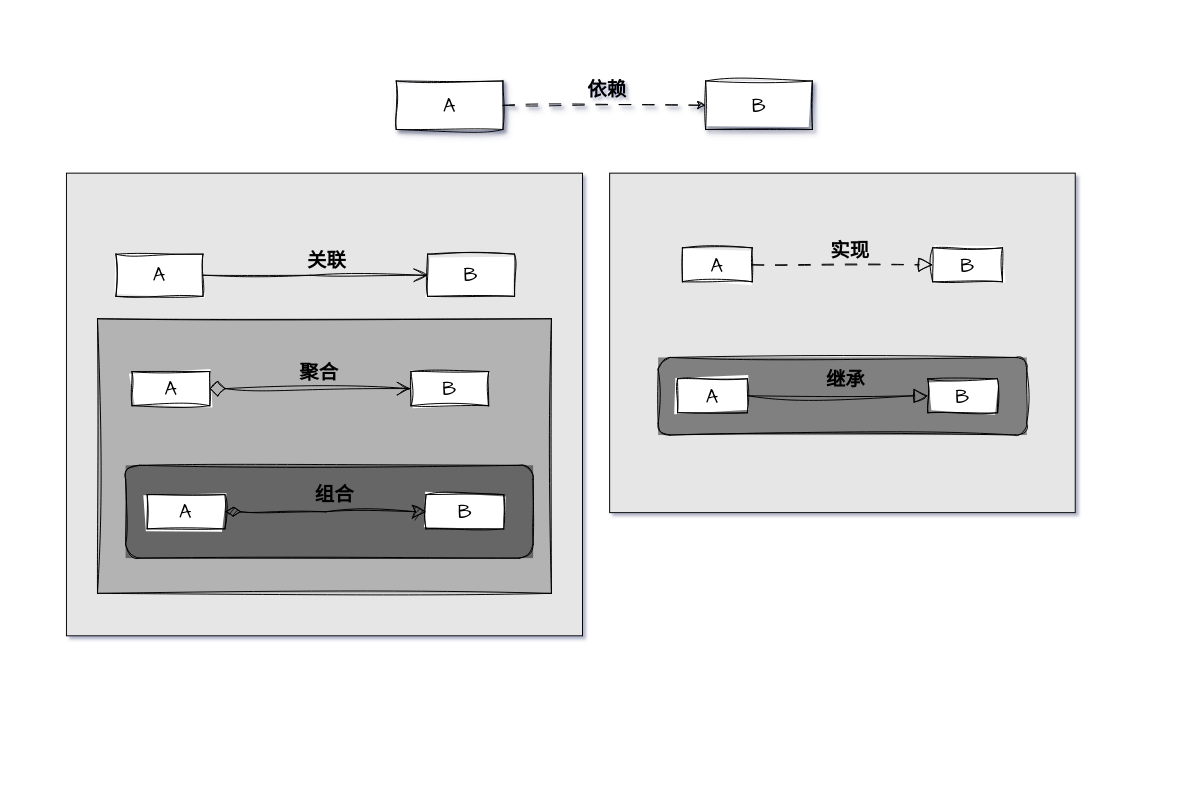
The draw.io diagram 设计模式/面向对象-对象和类之间的关系.drawio in KyrieWang0410/drawio, before the edit. Source tidied: cells renumbered, new cells numbered last; positions are measured from the earlier drawing's top-left corner, leaving out a move shared by most shapes. Both pictures are drawn from the tidied source at 97%, with x=0, y=0 at pixel (66, 77).
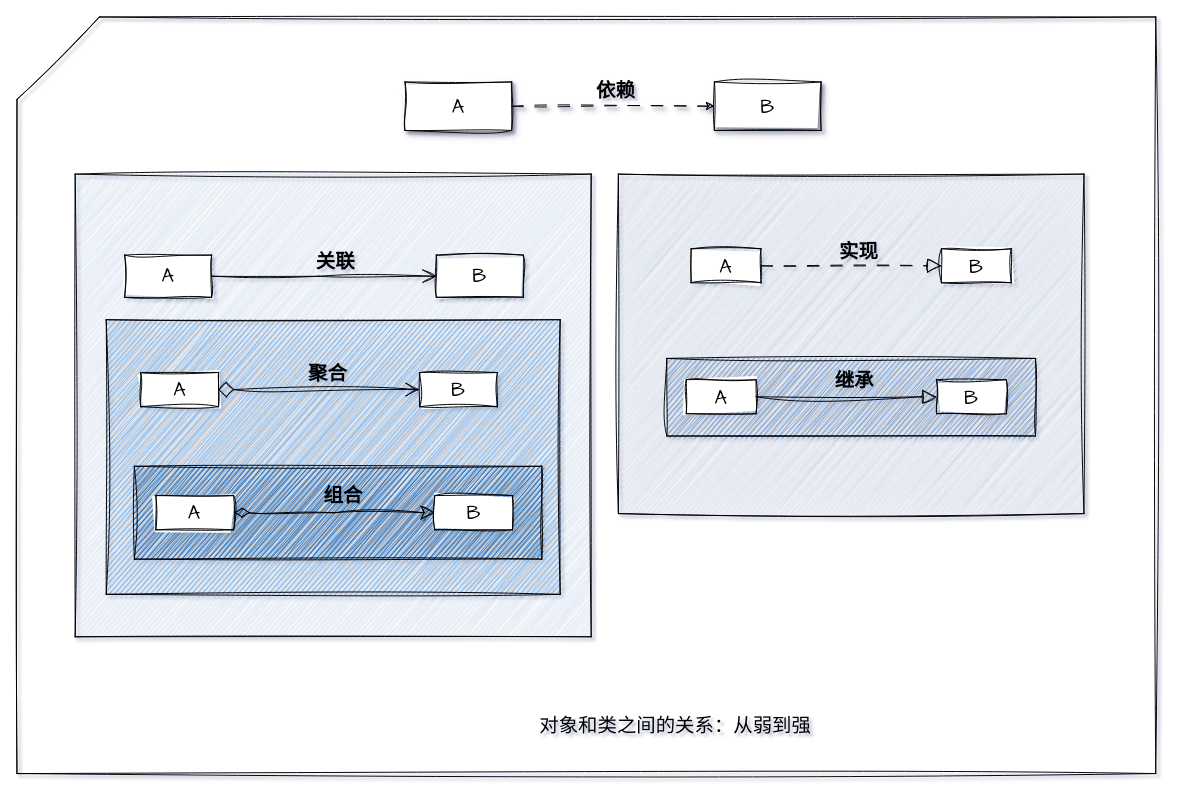
Above is the later version.

Commit message:
设计模式更新

Diff of the diagram source:
```diff
@@
+    <mxCell id="37" style="group;" parent="1" vertex="1">
+      <mxGeometry x="-51" y="-62" width="1174" height="780" as="geometry" />
+    </mxCell>
-    <mxCell id="2" style="group;" parent="1" vertex="1">
-      <mxGeometry width="1040" height="576" as="geometry" />
+    <mxCell id="2" style="group;rounded=0;sketch=1;curveFitting=1;jiggle=2;strokeColor=none;spacing=9;labelBorderColor=none;fontColor=default;" parent="37" vertex="1">
+      <mxGeometry x="60" y="63" width="1040" height="576" as="geometry" />
     </mxCell>
-    <mxCell id="3" style="group;rounded=0;fillColor=#E6E6E6;" parent="2" vertex="1">
+    <mxCell id="3" style="group;rounded=0;fillColor=#E6E6E6;sketch=1;curveFitting=1;jiggle=2;" parent="2" vertex="1">
       <mxGeometry x="560" y="99" width="480" height="350" as="geometry" />
     </mxCell>
-    <mxCell id="4" style="group;fillColor=#E6E6E6;rounded=0;strokeColor=default;" parent="2" vertex="1">
+    <mxCell id="4" style="group;fillColor=#CCE5FF;rounded=0;strokeColor=default;sketch=1;curveFitting=1;jiggle=2;" parent="2" vertex="1">
       <mxGeometry y="99" width="532" height="477" as="geometry" />
     </mxCell>
-    <mxCell id="5" style="group;fillColor=#B3B3B3;" parent="2" vertex="1">
+    <mxCell id="5" style="group;fillColor=#B3B3B3;rounded=0;sketch=1;curveFitting=1;jiggle=2;" parent="2" vertex="1">
       <mxGeometry x="32" y="249.1" width="468" height="283.1" as="geometry" />
     </mxCell>
-    <mxCell id="6" value="A" style="html=1;whiteSpace=wrap;sketch=1;hachureGap=4;jiggle=2;curveFitting=1;fontFamily=Architects Daughter;fontSize=20;" parent="2" vertex="1">
+    <mxCell id="6" value="A" style="html=1;whiteSpace=wrap;hachureGap=4;fontFamily=Architects Daughter;fontSize=20;rounded=0;sketch=1;curveFitting=1;jiggle=2;" parent="2" vertex="1">
       <mxGeometry x="51" y="182.5" width="89.7" height="43.5" as="geometry" />
     </mxCell>
-    <mxCell id="7" value="B" style="html=1;whiteSpace=wrap;sketch=1;hachureGap=4;jiggle=2;curveFitting=1;fontFamily=Architects Daughter;fontSize=20;" parent="2" vertex="1">
+    <mxCell id="7" value="B" style="html=1;whiteSpace=wrap;hachureGap=4;fontFamily=Architects Daughter;fontSize=20;rounded=0;sketch=1;curveFitting=1;jiggle=2;" parent="2" vertex="1">
       <mxGeometry x="372.3" y="182.5" width="89.7" height="43.5" as="geometry" />
     </mxCell>
-    <mxCell id="8" style="edgeStyle=orthogonalEdgeStyle;rounded=0;sketch=1;hachureGap=4;jiggle=2;curveFitting=1;jettySize=auto;html=1;exitX=1;exitY=0.5;exitDx=0;exitDy=0;fontFamily=Architects Daughter;fontSize=16;endArrow=open;endFill=0;startSize=14;endSize=12;" parent="2" edge="1" source="6" target="7">
+    <mxCell id="8" style="edgeStyle=orthogonalEdgeStyle;rounded=0;hachureGap=4;jettySize=auto;html=1;exitX=1;exitY=0.5;exitDx=0;exitDy=0;fontFamily=Architects Daughter;fontSize=16;endArrow=open;endFill=0;startSize=14;endSize=12;sketch=1;curveFitting=1;jiggle=2;" parent="2" edge="1" source="6" target="7">
       <mxGeometry relative="1" as="geometry" />
     </mxCell>
-    <mxCell id="9" value="关联" style="text;align=center;fontStyle=1;verticalAlign=middle;spacingLeft=3;spacingRight=3;strokeColor=none;html=1;fontSize=20;fontFamily=Architects Daughter;" parent="2" vertex="1">
+    <mxCell id="9" value="关联" style="text;align=center;fontStyle=1;verticalAlign=middle;spacingLeft=3;spacingRight=3;strokeColor=none;html=1;fontSize=20;fontFamily=Architects Daughter;rounded=0;sketch=1;curveFitting=1;jiggle=2;" parent="2" vertex="1">
       <mxGeometry x="217.9" y="172.6" width="99.6" height="32.3" as="geometry" />
     </mxCell>
-    <mxCell id="10" style="rounded=0;whiteSpace=wrap;html=1;sketch=1;hachureGap=4;jiggle=2;curveFitting=1;fontFamily=Architects Daughter;fontSize=20;fillColor=none;" parent="2" vertex="1">
+    <mxCell id="10" style="rounded=0;whiteSpace=wrap;html=1;hachureGap=4;fontFamily=Architects Daughter;fontSize=20;fillColor=#66B2FF;sketch=1;curveFitting=1;jiggle=2;" parent="2" vertex="1">
       <mxGeometry x="32" y="249.1" width="468" height="283.1" as="geometry" />
     </mxCell>
-    <mxCell id="11" style="group;fillColor=#666666;" parent="2" vertex="1">
+    <mxCell id="11" style="group;fillColor=#666666;rounded=0;sketch=1;curveFitting=1;jiggle=2;" parent="2" vertex="1">
       <mxGeometry x="61" y="400.2" width="420.1" height="95.7" as="geometry" />
     </mxCell>
-    <mxCell id="12" value="A" style="html=1;whiteSpace=wrap;sketch=1;hachureGap=4;jiggle=2;curveFitting=1;fontFamily=Architects Daughter;fontSize=20;" parent="2" vertex="1">
+    <mxCell id="12" value="A" style="html=1;whiteSpace=wrap;hachureGap=4;fontFamily=Architects Daughter;fontSize=20;rounded=0;sketch=1;curveFitting=1;jiggle=2;" parent="2" vertex="1">
       <mxGeometry x="67.6" y="303.5" width="80.2" height="35.3" as="geometry" />
     </mxCell>
-    <mxCell id="13" value="B" style="html=1;whiteSpace=wrap;sketch=1;hachureGap=4;jiggle=2;curveFitting=1;fontFamily=Architects Daughter;fontSize=20;" parent="2" vertex="1">
+    <mxCell id="13" value="B" style="html=1;whiteSpace=wrap;hachureGap=4;fontFamily=Architects Daughter;fontSize=20;rounded=0;sketch=1;curveFitting=1;jiggle=2;" parent="2" vertex="1">
       <mxGeometry x="355.1" y="303.5" width="80.2" height="35.3" as="geometry" />
     </mxCell>
-    <mxCell id="14" value="聚合" style="text;align=center;fontStyle=1;verticalAlign=middle;spacingLeft=3;spacingRight=3;strokeColor=none;fontSize=20;fontFamily=Architects Daughter;html=1;" parent="2" vertex="1">
+    <mxCell id="14" value="聚合" style="text;align=center;fontStyle=1;verticalAlign=middle;spacingLeft=3;spacingRight=3;strokeColor=none;fontSize=20;fontFamily=Architects Daughter;html=1;rounded=0;sketch=1;curveFitting=1;jiggle=2;" parent="2" vertex="1">
       <mxGeometry x="215.9" y="291.4" width="89.1" height="26.2" as="geometry" />
     </mxCell>
-    <mxCell id="15" style="endArrow=open;html=1;endSize=12;startArrow=diamond;startSize=14;startFill=0;edgeStyle=orthogonalEdgeStyle;align=left;verticalAlign=bottom;rounded=0;sketch=1;hachureGap=4;jiggle=2;curveFitting=1;fontFamily=Architects Daughter;fontSize=16;entryX=0;entryY=0.5;entryDx=0;entryDy=0;exitX=1;exitY=0.5;exitDx=0;exitDy=0;endFill=0;" parent="2" edge="1" source="12" target="13">
+    <mxCell id="15" style="endArrow=open;html=1;endSize=12;startArrow=diamond;startSize=14;startFill=0;edgeStyle=orthogonalEdgeStyle;align=left;verticalAlign=bottom;rounded=0;hachureGap=4;fontFamily=Architects Daughter;fontSize=16;entryX=0;entryY=0.5;entryDx=0;entryDy=0;exitX=1;exitY=0.5;exitDx=0;exitDy=0;endFill=0;sketch=1;curveFitting=1;jiggle=2;" parent="2" edge="1" source="12" target="13">
       <mxGeometry x="0.42" y="80" relative="1" as="geometry" />
     </mxCell>
-    <mxCell id="16" style="rounded=1;whiteSpace=wrap;html=1;sketch=1;hachureGap=4;jiggle=2;curveFitting=1;fontFamily=Architects Daughter;fontSize=20;fillColor=none;" parent="2" vertex="1">
+    <mxCell id="16" style="rounded=0;whiteSpace=wrap;html=1;hachureGap=4;fontFamily=Architects Daughter;fontSize=20;fillColor=#0066CC;fillStyle=auto;sketch=1;curveFitting=1;jiggle=2;" parent="2" vertex="1">
       <mxGeometry x="61" y="400.2" width="420.1" height="95.7" as="geometry" />
     </mxCell>
-    <mxCell id="17" value="A" style="html=1;whiteSpace=wrap;sketch=1;hachureGap=4;jiggle=2;curveFitting=1;fontFamily=Architects Daughter;fontSize=20;" parent="2" vertex="1">
+    <mxCell id="17" value="A" style="html=1;whiteSpace=wrap;hachureGap=4;fontFamily=Architects Daughter;fontSize=20;rounded=0;sketch=1;curveFitting=1;jiggle=2;" parent="2" vertex="1">
       <mxGeometry x="83.2" y="430.4" width="80.2" height="35.3" as="geometry" />
     </mxCell>
-    <mxCell id="18" value="B" style="html=1;whiteSpace=wrap;sketch=1;hachureGap=4;jiggle=2;curveFitting=1;fontFamily=Architects Daughter;fontSize=20;" parent="2" vertex="1">
+    <mxCell id="18" value="B" style="html=1;whiteSpace=wrap;hachureGap=4;fontFamily=Architects Daughter;fontSize=20;rounded=0;sketch=1;curveFitting=1;jiggle=2;" parent="2" vertex="1">
       <mxGeometry x="370.7" y="430.4" width="80.2" height="35.3" as="geometry" />
     </mxCell>
-    <mxCell id="19" style="edgeStyle=orthogonalEdgeStyle;rounded=0;sketch=1;hachureGap=4;jiggle=2;curveFitting=1;jettySize=auto;html=1;entryX=0;entryY=0.5;entryDx=0;entryDy=0;fontFamily=Architects Daughter;fontSize=16;startArrow=diamondThin;startFill=1;targetPerimeterSpacing=6;sourcePerimeterSpacing=0;strokeWidth=1;strokeColor=default;endSize=12;startSize=14;" parent="2" edge="1" source="17" target="18">
+    <mxCell id="19" style="edgeStyle=orthogonalEdgeStyle;rounded=0;hachureGap=4;jettySize=auto;html=1;entryX=0;entryY=0.5;entryDx=0;entryDy=0;fontFamily=Architects Daughter;fontSize=16;startArrow=diamondThin;startFill=1;targetPerimeterSpacing=6;sourcePerimeterSpacing=0;strokeWidth=1;strokeColor=default;endSize=12;startSize=14;sketch=1;curveFitting=1;jiggle=2;" parent="2" edge="1" source="17" target="18">
       <mxGeometry relative="1" as="geometry" />
     </mxCell>
-    <mxCell id="20" value="组合" style="text;align=center;fontStyle=1;verticalAlign=middle;spacingLeft=3;spacingRight=3;strokeColor=none;fontSize=20;fontFamily=Architects Daughter;html=1;" parent="2" vertex="1">
+    <mxCell id="20" value="组合" style="text;align=center;fontStyle=1;verticalAlign=middle;spacingLeft=3;spacingRight=3;strokeColor=none;fontSize=20;fontFamily=Architects Daughter;html=1;rounded=0;sketch=1;curveFitting=1;jiggle=2;" parent="2" vertex="1">
       <mxGeometry x="231.5" y="418.3" width="89.1" height="26.2" as="geometry" />
     </mxCell>
-    <mxCell id="21" style="rounded=0;whiteSpace=wrap;html=1;hachureGap=4;fontFamily=Architects Daughter;fontSize=20;fillColor=none;" parent="2" vertex="1">
+    <mxCell id="21" style="rounded=0;whiteSpace=wrap;html=1;hachureGap=4;fontFamily=Architects Daughter;fontSize=20;fillColor=#cfe4fe;sketch=1;curveFitting=1;jiggle=2;" parent="2" vertex="1">
       <mxGeometry x="560" y="99" width="480" height="350" as="geometry" />
     </mxCell>
-    <mxCell id="22" style="group;fillColor=#808080;" parent="2" vertex="1">
+    <mxCell id="22" style="group;fillColor=#808080;rounded=0;sketch=1;curveFitting=1;jiggle=2;" parent="2" vertex="1">
       <mxGeometry x="610" y="289" width="380" height="80" as="geometry" />
     </mxCell>
-    <mxCell id="23" value="A" style="html=1;whiteSpace=wrap;sketch=1;hachureGap=4;jiggle=2;curveFitting=1;fontFamily=Architects Daughter;fontSize=20;" parent="2" vertex="1">
+    <mxCell id="23" value="A" style="html=1;whiteSpace=wrap;hachureGap=4;fontFamily=Architects Daughter;fontSize=20;rounded=0;sketch=1;curveFitting=1;jiggle=2;" parent="2" vertex="1">
       <mxGeometry x="635" y="176" width="72" height="35" as="geometry" />
     </mxCell>
-    <mxCell id="24" value="B" style="html=1;whiteSpace=wrap;sketch=1;hachureGap=4;jiggle=2;curveFitting=1;fontFamily=Architects Daughter;fontSize=20;" parent="2" vertex="1">
+    <mxCell id="24" value="B" style="html=1;whiteSpace=wrap;hachureGap=4;fontFamily=Architects Daughter;fontSize=20;rounded=0;sketch=1;curveFitting=1;jiggle=2;" parent="2" vertex="1">
       <mxGeometry x="893" y="176" width="72" height="35" as="geometry" />
     </mxCell>
-    <mxCell id="25" value="实现" style="text;align=center;fontStyle=1;verticalAlign=middle;spacingLeft=3;spacingRight=3;strokeColor=none;fontSize=20;fontFamily=Architects Daughter;" parent="2" vertex="1">
+    <mxCell id="25" value="实现" style="text;align=center;fontStyle=1;verticalAlign=middle;spacingLeft=3;spacingRight=3;strokeColor=none;fontSize=20;fontFamily=Architects Daughter;rounded=0;sketch=1;curveFitting=1;jiggle=2;" parent="2" vertex="1">
       <mxGeometry x="778" y="159" width="60" height="36" as="geometry" />
     </mxCell>
-    <mxCell id="26" style="endArrow=block;html=1;endSize=12;startArrow=none;startSize=14;startFill=0;edgeStyle=orthogonalEdgeStyle;align=left;verticalAlign=bottom;rounded=0;sketch=1;hachureGap=4;jiggle=2;curveFitting=1;fontFamily=Architects Daughter;fontSize=16;entryX=0;entryY=0.5;entryDx=0;entryDy=0;exitX=1;exitY=0.5;exitDx=0;exitDy=0;dashed=1;dashPattern=12 12;endFill=0;" parent="2" edge="1" source="23" target="24">
+    <mxCell id="26" style="endArrow=block;html=1;endSize=12;startArrow=none;startSize=14;startFill=0;edgeStyle=orthogonalEdgeStyle;align=left;verticalAlign=bottom;rounded=0;hachureGap=4;fontFamily=Architects Daughter;fontSize=16;entryX=0;entryY=0.5;entryDx=0;entryDy=0;exitX=1;exitY=0.5;exitDx=0;exitDy=0;dashed=1;dashPattern=12 12;endFill=0;sketch=1;curveFitting=1;jiggle=2;" parent="2" edge="1" source="23" target="24">
       <mxGeometry x="0.42" y="80" relative="1" as="geometry" />
     </mxCell>
-    <mxCell id="27" style="rounded=1;whiteSpace=wrap;html=1;sketch=1;hachureGap=4;jiggle=2;curveFitting=1;fontFamily=Architects Daughter;fontSize=20;fillColor=none;" parent="2" vertex="1">
+    <mxCell id="27" style="rounded=0;whiteSpace=wrap;html=1;hachureGap=4;fontFamily=Architects Daughter;fontSize=20;fillColor=#75b0fd;strokeColor=default;sketch=1;curveFitting=1;jiggle=2;" parent="2" vertex="1">
       <mxGeometry x="610" y="289" width="380" height="80" as="geometry" />
     </mxCell>
-    <mxCell id="28" value="A" style="html=1;whiteSpace=wrap;sketch=1;hachureGap=4;jiggle=2;curveFitting=1;fontFamily=Architects Daughter;fontSize=20;" parent="2" vertex="1">
+    <mxCell id="28" value="A" style="html=1;whiteSpace=wrap;hachureGap=4;fontFamily=Architects Daughter;fontSize=20;rounded=0;sketch=1;curveFitting=1;jiggle=2;" parent="2" vertex="1">
       <mxGeometry x="630" y="311" width="72" height="35" as="geometry" />
     </mxCell>
-    <mxCell id="29" value="B" style="html=1;whiteSpace=wrap;sketch=1;hachureGap=4;jiggle=2;curveFitting=1;fontFamily=Architects Daughter;fontSize=20;" parent="2" vertex="1">
+    <mxCell id="29" value="B" style="html=1;whiteSpace=wrap;hachureGap=4;fontFamily=Architects Daughter;fontSize=20;rounded=0;sketch=1;curveFitting=1;jiggle=2;" parent="2" vertex="1">
       <mxGeometry x="888" y="311" width="72" height="35" as="geometry" />
     </mxCell>
-    <mxCell id="30" value="继承" style="text;align=center;fontStyle=1;verticalAlign=middle;spacingLeft=3;spacingRight=3;strokeColor=none;fontSize=20;fontFamily=Architects Daughter;html=1;" parent="2" vertex="1">
+    <mxCell id="30" value="继承" style="text;align=center;fontStyle=1;verticalAlign=middle;spacingLeft=3;spacingRight=3;strokeColor=none;fontSize=20;fontFamily=Architects Daughter;html=1;rounded=0;sketch=1;curveFitting=1;jiggle=2;" parent="2" vertex="1">
       <mxGeometry x="763" y="299" width="80" height="26" as="geometry" />
     </mxCell>
-    <mxCell id="31" style="endArrow=block;html=1;endSize=12;startArrow=none;startSize=14;startFill=0;edgeStyle=orthogonalEdgeStyle;align=left;verticalAlign=bottom;rounded=0;sketch=1;hachureGap=4;jiggle=2;curveFitting=1;fontFamily=Architects Daughter;fontSize=16;entryX=0;entryY=0.5;entryDx=0;entryDy=0;exitX=1;exitY=0.5;exitDx=0;exitDy=0;endFill=0;" parent="2" edge="1" source="28" target="29">
+    <mxCell id="31" style="endArrow=block;html=1;endSize=12;startArrow=none;startSize=14;startFill=0;edgeStyle=orthogonalEdgeStyle;align=left;verticalAlign=bottom;rounded=0;hachureGap=4;fontFamily=Architects Daughter;fontSize=16;entryX=0;entryY=0.5;entryDx=0;entryDy=0;exitX=1;exitY=0.5;exitDx=0;exitDy=0;endFill=0;sketch=1;curveFitting=1;jiggle=2;" parent="2" edge="1" source="28" target="29">
       <mxGeometry x="0.42" y="80" relative="1" as="geometry" />
     </mxCell>
-    <mxCell id="32" style="group;" parent="2" vertex="1">
+    <mxCell id="32" style="group;rounded=0;sketch=1;curveFitting=1;jiggle=2;" parent="2" vertex="1">
       <mxGeometry x="340" width="429" height="54" as="geometry" />
     </mxCell>
-    <mxCell id="33" value="A" style="html=1;whiteSpace=wrap;hachureGap=4;fontFamily=Architects Daughter;fontSize=20;sketch=1;curveFitting=1;jiggle=2;shadow=1;" parent="32" vertex="1">
+    <mxCell id="33" value="A" style="html=1;whiteSpace=wrap;hachureGap=4;fontFamily=Architects Daughter;fontSize=20;shadow=1;rounded=0;sketch=1;curveFitting=1;jiggle=2;" parent="32" vertex="1">
       <mxGeometry y="4" width="110" height="50" as="geometry" />
     </mxCell>
-    <mxCell id="34" value="B" style="html=1;whiteSpace=wrap;hachureGap=4;fontFamily=Architects Daughter;fontSize=20;sketch=1;curveFitting=1;jiggle=2;shadow=1;" parent="32" vertex="1">
+    <mxCell id="34" value="B" style="html=1;whiteSpace=wrap;hachureGap=4;fontFamily=Architects Daughter;fontSize=20;shadow=1;rounded=0;sketch=1;curveFitting=1;jiggle=2;" parent="32" vertex="1">
       <mxGeometry x="319" y="4" width="110" height="50" as="geometry" />
     </mxCell>
-    <mxCell id="35" style="edgeStyle=orthogonalEdgeStyle;rounded=0;hachureGap=4;jettySize=auto;html=1;entryX=0;entryY=0.5;entryDx=0;entryDy=0;fontFamily=Architects Daughter;fontSize=16;dashed=1;dashPattern=12 12;sketch=1;curveFitting=1;jiggle=2;shadow=1;" parent="32" edge="1" source="33" target="34">
+    <mxCell id="35" style="edgeStyle=orthogonalEdgeStyle;rounded=0;hachureGap=4;jettySize=auto;html=1;entryX=0;entryY=0.5;entryDx=0;entryDy=0;fontFamily=Architects Daughter;fontSize=16;dashed=1;dashPattern=12 12;shadow=1;sketch=1;curveFitting=1;jiggle=2;" parent="32" edge="1" source="33" target="34">
       <mxGeometry relative="1" as="geometry" />
     </mxCell>
-    <mxCell id="36" value="依赖" style="text;align=center;fontStyle=1;verticalAlign=middle;spacingLeft=3;spacingRight=3;strokeColor=none;html=1;fontSize=20;fontFamily=Architects Daughter;sketch=1;curveFitting=1;jiggle=2;shadow=1;" parent="32" vertex="1">
+    <mxCell id="36" value="依赖" style="text;align=center;fontStyle=1;verticalAlign=middle;spacingLeft=3;spacingRight=3;strokeColor=none;html=1;fontSize=20;fontFamily=Architects Daughter;shadow=1;rounded=0;sketch=1;curveFitting=1;jiggle=2;" parent="32" vertex="1">
       <mxGeometry x="177" width="80" height="26" as="geometry" />
     </mxCell>
+    <mxCell id="38" style="shape=card;whiteSpace=wrap;html=1;sketch=1;hachureGap=4;jiggle=2;curveFitting=1;fontFamily=Architects Daughter;fontSize=20;fillColor=none;size=85;" parent="37" vertex="1">
+      <mxGeometry width="1174" height="780" as="geometry" />
+    </mxCell>
+    <mxCell id="39" value="对象和类之间的关系：从弱到强" style="text;strokeColor=none;align=center;fillColor=none;html=1;verticalAlign=middle;whiteSpace=wrap;rounded=0;fontSize=20;fontFamily=Architects Daughter;" parent="37" vertex="1">
+      <mxGeometry x="462" y="716" width="434" height="30" as="geometry" />
+    </mxCell>
```
